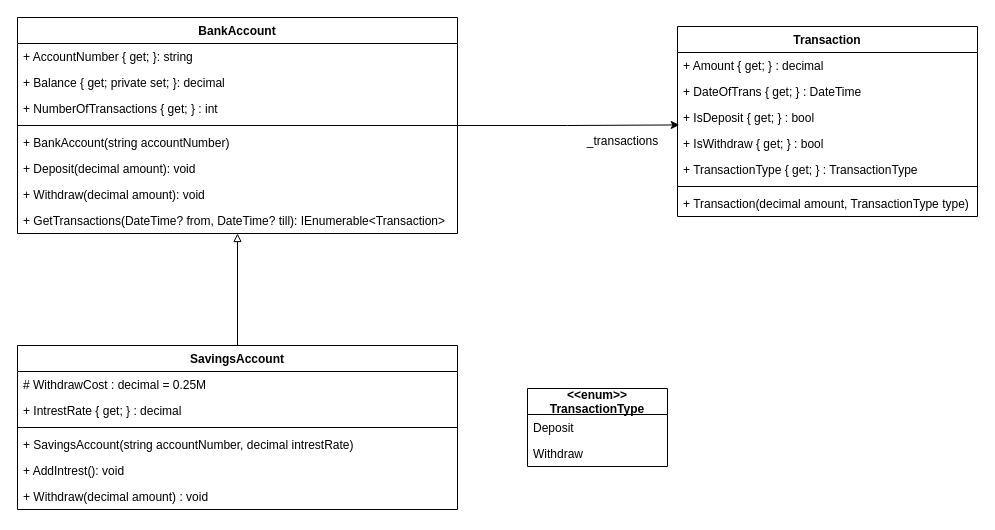
This is page "Example 3" (3 of 9) of chapters/03/banking.drawio from HOGENT-Web/csharp, a draw.io file, before an edit. Source tidied: cells renumbered, new cells numbered last; positions are measured from the earlier drawing's top-left corner, leaving out a move shared by most shapes. Both pictures are drawn from the tidied source at 100%, with x=0, y=0 at pixel (17, 17).
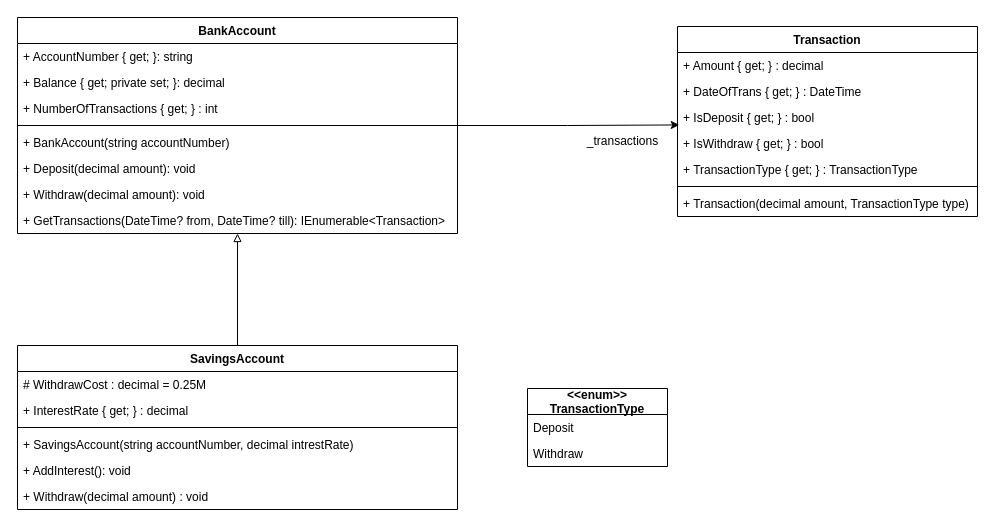
The same page after the edit.

The change refers to these unchanged cells:
```xml
<mxCell id="25" value="SavingsAccount" style="swimlane;fontStyle=1;align=center;verticalAlign=top;horizontal=1;startSize=26;fillColor=none;" parent="1" vertex="1">
  <mxGeometry y="328" width="440" height="164" as="geometry" />
</mxCell>
```

Diff of the diagram source:
```diff
@@
-    <mxCell id="27" value="+ IntrestRate { get; } : decimal" style="text;strokeColor=none;fillColor=none;align=left;verticalAlign=top;spacingLeft=4;spacingRight=4;overflow=hidden;" parent="25" vertex="1">
+    <mxCell id="27" value="+ InterestRate { get; } : decimal" style="text;strokeColor=none;fillColor=none;align=left;verticalAlign=top;spacingLeft=4;spacingRight=4;overflow=hidden;" parent="25" vertex="1">
       <mxGeometry y="52" width="440" height="26" as="geometry" />
     </mxCell>
@@
-    <mxCell id="30" value="+ AddIntrest(): void" style="text;strokeColor=none;fillColor=none;align=left;verticalAlign=top;spacingLeft=4;spacingRight=4;overflow=hidden;" parent="25" vertex="1">
+    <mxCell id="30" value="+ AddInterest(): void" style="text;strokeColor=none;fillColor=none;align=left;verticalAlign=top;spacingLeft=4;spacingRight=4;overflow=hidden;" parent="25" vertex="1">
       <mxGeometry y="112" width="440" height="26" as="geometry" />
     </mxCell>
```
